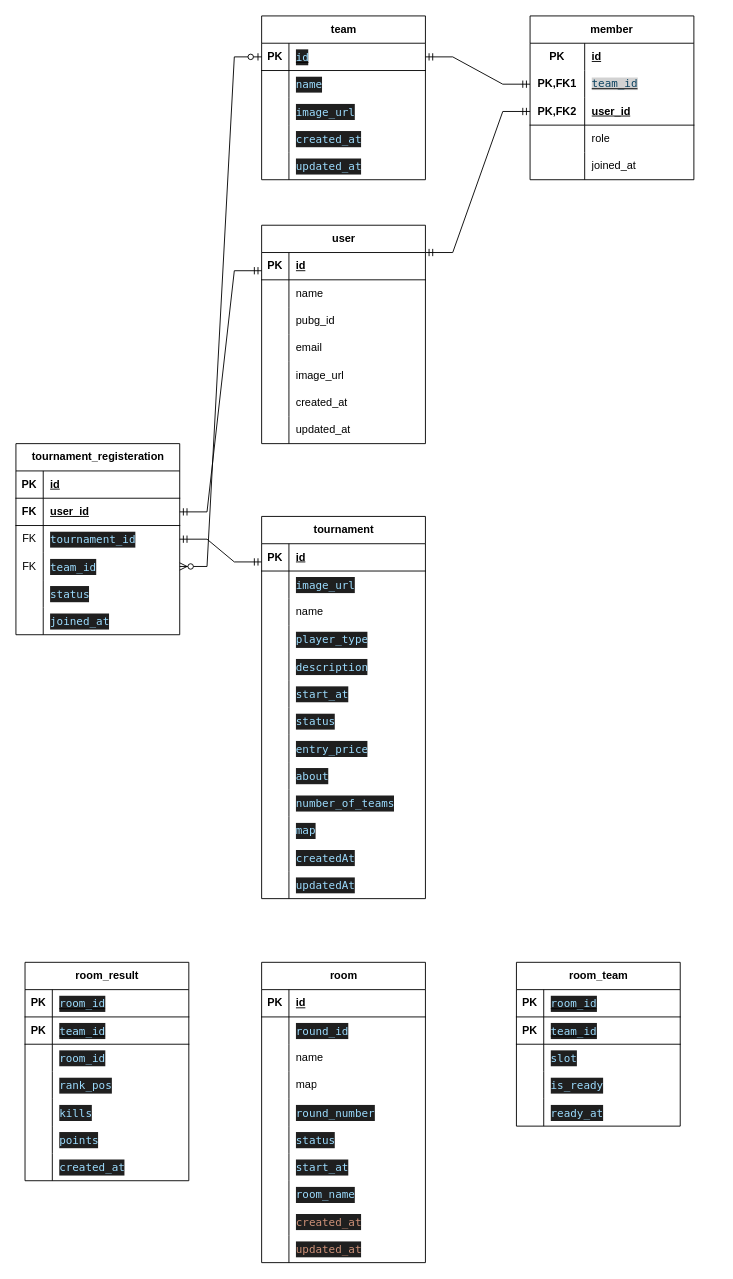
atif117/add_notes_app keeps this draw.io diagram as pubg_tournament_schema.drawio. Above is the earlier version. Source tidied: cells renumbered, new cells numbered last; positions are measured from the earlier drawing's top-left corner, leaving out a move shared by most shapes. Both pictures are drawn from the tidied source at 91%, with x=0, y=0 at pixel (15, 15).
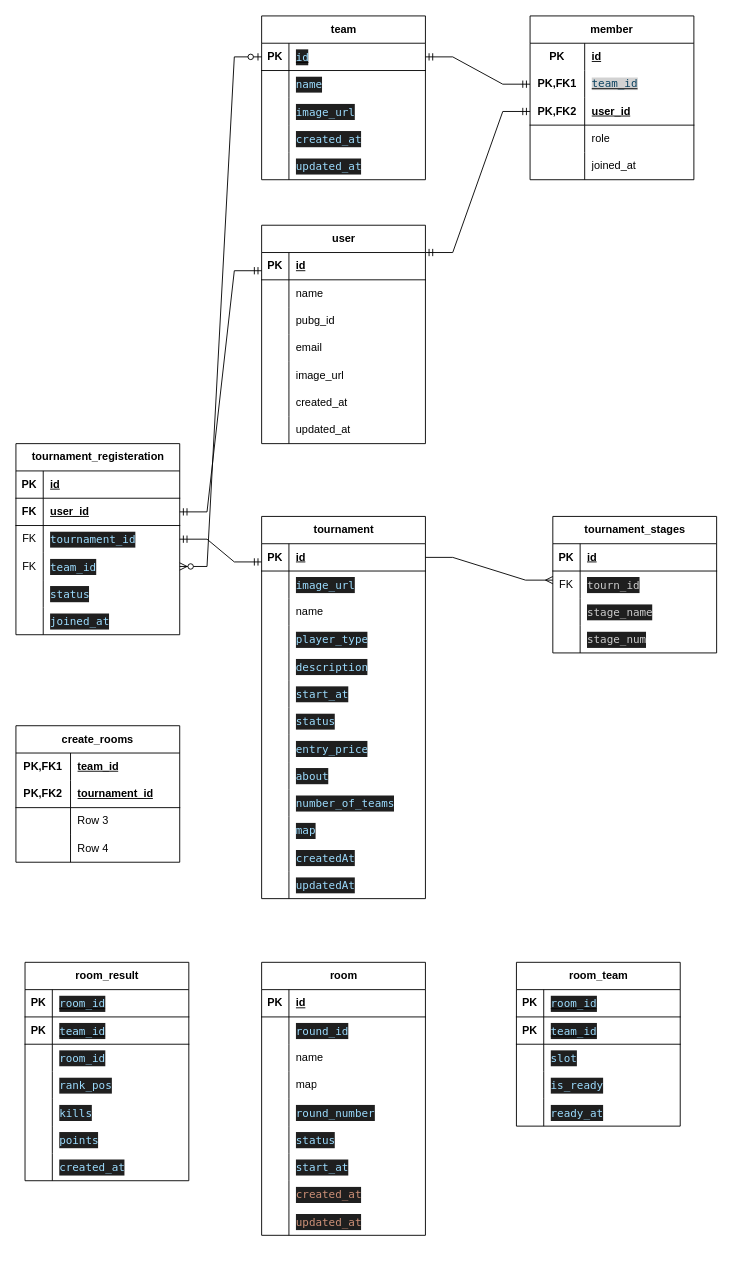
Above is the later version.

The change refers to these unchanged cells:
```xml
<mxCell id="41" style="shape=tableRow;horizontal=0;startSize=0;swimlaneHead=0;swimlaneBody=0;fillColor=none;points=[[0,0.5],[1,0.5]];portConstraint=eastwest;top=0;left=0;right=0;bottom=1;" parent="40" vertex="1">
  <mxGeometry y="30" width="180" height="30" as="geometry" />
</mxCell>
```

The edit, as a diff of the source:
```diff
@@
     <mxCell id="99" value="room" style="shape=table;startSize=30;childLayout=tableLayout;rowLines=0;fontStyle=1;align=center;html=1;" parent="1" vertex="1">
-      <mxGeometry x="270" y="1040" width="180" height="330" as="geometry" />
+      <mxGeometry x="270" y="1040" width="180" height="300" as="geometry" />
     </mxCell>
@@
-    <mxCell id="121" style="shape=tableRow;horizontal=0;startSize=0;swimlaneHead=0;swimlaneBody=0;fillColor=none;top=0;left=0;right=0;bottom=0;" parent="99" vertex="1">
-      <mxGeometry y="240" width="180" height="30" as="geometry" />
-    </mxCell>
-    <mxCell id="122" style="shape=partialRectangle;fillColor=none;top=0;left=0;bottom=0;right=0;overflow=hidden;whiteSpace=wrap;html=1;" parent="121" vertex="1">
-      <mxGeometry width="30" height="30" as="geometry" />
-    </mxCell>
-    <mxCell id="123" value="&lt;div style=&quot;color: rgb(204, 204, 204); background-color: rgb(31, 31, 31); font-family: Menlo, Monaco, &amp;quot;Courier New&amp;quot;, monospace; line-height: 18px; white-space: pre;&quot;&gt;&lt;div style=&quot;color: rgb(204, 204, 204); background-color: rgb(31, 31, 31); line-height: 18px;&quot;&gt;&lt;div style=&quot;color: rgb(204, 204, 204); background-color: rgb(31, 31, 31); line-height: 18px;&quot;&gt;&lt;div style=&quot;color: rgb(204, 204, 204); background-color: rgb(31, 31, 31); line-height: 18px;&quot;&gt;&lt;span style=&quot;color: rgb(156, 220, 254);&quot;&gt;room_name&lt;/span&gt;&lt;/div&gt;&lt;/div&gt;&lt;/div&gt;&lt;/div&gt;" style="shape=partialRectangle;fillColor=none;top=0;left=0;bottom=0;right=0;align=left;spacingLeft=6;overflow=hidden;whiteSpace=wrap;html=1;" parent="121" vertex="1">
-      <mxGeometry x="30" width="150" height="30" as="geometry" />
-    </mxCell>
     <mxCell id="124" style="shape=tableRow;horizontal=0;startSize=0;swimlaneHead=0;swimlaneBody=0;fillColor=none;top=0;left=0;right=0;bottom=0;" parent="99" vertex="1">
-      <mxGeometry y="270" width="180" height="30" as="geometry" />
+      <mxGeometry y="240" width="180" height="30" as="geometry" />
     </mxCell>
@@
     <mxCell id="127" style="shape=tableRow;horizontal=0;startSize=0;swimlaneHead=0;swimlaneBody=0;fillColor=none;top=0;left=0;right=0;bottom=0;" parent="99" vertex="1">
-      <mxGeometry y="300" width="180" height="30" as="geometry" />
+      <mxGeometry y="270" width="180" height="30" as="geometry" />
     </mxCell>
@@
+    <mxCell id="189" value="create_rooms" style="shape=table;startSize=30;childLayout=tableLayout;rowLines=0;fontStyle=1;align=center;html=1;whiteSpace=wrap;" parent="1" vertex="1">
+      <mxGeometry y="780" width="180" height="150" as="geometry" />
+    </mxCell>
+    <mxCell id="190" style="shape=tableRow;horizontal=0;startSize=0;swimlaneHead=0;swimlaneBody=0;fillColor=none;top=0;left=0;right=0;bottom=0;html=1;" parent="189" vertex="1">
+      <mxGeometry y="30" width="180" height="30" as="geometry" />
+    </mxCell>
+    <mxCell id="191" value="PK,FK1" style="shape=partialRectangle;fillColor=none;top=0;left=0;bottom=0;right=0;fontStyle=1;overflow=hidden;html=1;whiteSpace=wrap;" parent="190" vertex="1">
+      <mxGeometry width="60" height="30" as="geometry" />
+    </mxCell>
+    <mxCell id="192" value="team_id" style="shape=partialRectangle;fillColor=none;top=0;left=0;bottom=0;right=0;align=left;spacingLeft=6;fontStyle=5;overflow=hidden;html=1;whiteSpace=wrap;" parent="190" vertex="1">
+      <mxGeometry x="60" width="120" height="30" as="geometry" />
+    </mxCell>
+    <mxCell id="193" style="shape=tableRow;horizontal=0;startSize=0;swimlaneHead=0;swimlaneBody=0;fillColor=none;top=0;left=0;right=0;bottom=1;html=1;" parent="189" vertex="1">
+      <mxGeometry y="60" width="180" height="30" as="geometry" />
+    </mxCell>
+    <mxCell id="194" value="PK,FK2" style="shape=partialRectangle;fillColor=none;top=0;left=0;bottom=0;right=0;fontStyle=1;overflow=hidden;html=1;whiteSpace=wrap;" parent="193" vertex="1">
+      <mxGeometry width="60" height="30" as="geometry" />
+    </mxCell>
+    <mxCell id="195" value="tournament_id" style="shape=partialRectangle;fillColor=none;top=0;left=0;bottom=0;right=0;align=left;spacingLeft=6;fontStyle=5;overflow=hidden;html=1;whiteSpace=wrap;" parent="193" vertex="1">
+      <mxGeometry x="60" width="120" height="30" as="geometry" />
+    </mxCell>
+    <mxCell id="196" style="shape=tableRow;horizontal=0;startSize=0;swimlaneHead=0;swimlaneBody=0;fillColor=none;top=0;left=0;right=0;bottom=0;html=1;" parent="189" vertex="1">
+      <mxGeometry y="90" width="180" height="30" as="geometry" />
+    </mxCell>
+    <mxCell id="197" style="shape=partialRectangle;fillColor=none;top=0;left=0;bottom=0;right=0;overflow=hidden;html=1;whiteSpace=wrap;" parent="196" vertex="1">
+      <mxGeometry width="60" height="30" as="geometry" />
+    </mxCell>
+    <mxCell id="198" value="Row 3" style="shape=partialRectangle;fillColor=none;top=0;left=0;bottom=0;right=0;align=left;spacingLeft=6;overflow=hidden;html=1;whiteSpace=wrap;" parent="196" vertex="1">
+      <mxGeometry x="60" width="120" height="30" as="geometry" />
+    </mxCell>
+    <mxCell id="199" style="shape=tableRow;horizontal=0;startSize=0;swimlaneHead=0;swimlaneBody=0;fillColor=none;top=0;left=0;right=0;bottom=0;html=1;" parent="189" vertex="1">
+      <mxGeometry y="120" width="180" height="30" as="geometry" />
+    </mxCell>
+    <mxCell id="200" style="shape=partialRectangle;fillColor=none;top=0;left=0;bottom=0;right=0;overflow=hidden;html=1;whiteSpace=wrap;" parent="199" vertex="1">
+      <mxGeometry width="60" height="30" as="geometry" />
+    </mxCell>
+    <mxCell id="201" value="Row 4" style="shape=partialRectangle;fillColor=none;top=0;left=0;bottom=0;right=0;align=left;spacingLeft=6;overflow=hidden;html=1;whiteSpace=wrap;" parent="199" vertex="1">
+      <mxGeometry x="60" width="120" height="30" as="geometry" />
+    </mxCell>
+    <mxCell id="202" value="tournament_stages" style="shape=table;startSize=30;childLayout=tableLayout;rowLines=0;fontStyle=1;align=center;html=1;" parent="1" vertex="1">
+      <mxGeometry x="590" y="550" width="180" height="150" as="geometry" />
+    </mxCell>
+    <mxCell id="203" style="shape=tableRow;horizontal=0;startSize=0;swimlaneHead=0;swimlaneBody=0;fillColor=none;top=0;left=0;right=0;bottom=1;" parent="202" vertex="1">
+      <mxGeometry y="30" width="180" height="30" as="geometry" />
+    </mxCell>
+    <mxCell id="204" value="PK" style="shape=partialRectangle;fillColor=none;top=0;left=0;bottom=0;right=0;fontStyle=1;overflow=hidden;whiteSpace=wrap;html=1;" parent="203" vertex="1">
+      <mxGeometry width="30" height="30" as="geometry" />
+    </mxCell>
+    <mxCell id="205" value="id" style="shape=partialRectangle;fillColor=none;top=0;left=0;bottom=0;right=0;align=left;spacingLeft=6;fontStyle=5;overflow=hidden;whiteSpace=wrap;html=1;" parent="203" vertex="1">
+      <mxGeometry x="30" width="150" height="30" as="geometry" />
+    </mxCell>
+    <mxCell id="206" style="shape=tableRow;horizontal=0;startSize=0;swimlaneHead=0;swimlaneBody=0;fillColor=none;top=0;left=0;right=0;bottom=0;" parent="202" vertex="1">
+      <mxGeometry y="60" width="180" height="30" as="geometry" />
+    </mxCell>
+    <mxCell id="207" value="FK" style="shape=partialRectangle;fillColor=none;top=0;left=0;bottom=0;right=0;overflow=hidden;whiteSpace=wrap;html=1;" parent="206" vertex="1">
+      <mxGeometry width="30" height="30" as="geometry" />
+    </mxCell>
+    <mxCell id="208" value="&lt;div style=&quot;color: rgb(204, 204, 204); background-color: rgb(31, 31, 31); font-family: Menlo, Monaco, &amp;quot;Courier New&amp;quot;, monospace; line-height: 18px; white-space: pre;&quot;&gt;tourn_id&lt;/div&gt;" style="shape=partialRectangle;fillColor=none;top=0;left=0;bottom=0;right=0;align=left;spacingLeft=6;overflow=hidden;whiteSpace=wrap;html=1;" parent="206" vertex="1">
+      <mxGeometry x="30" width="150" height="30" as="geometry" />
+    </mxCell>
+    <mxCell id="209" style="shape=tableRow;horizontal=0;startSize=0;swimlaneHead=0;swimlaneBody=0;fillColor=none;top=0;left=0;right=0;bottom=0;" parent="202" vertex="1">
+      <mxGeometry y="90" width="180" height="30" as="geometry" />
+    </mxCell>
+    <mxCell id="210" style="shape=partialRectangle;fillColor=none;top=0;left=0;bottom=0;right=0;overflow=hidden;whiteSpace=wrap;html=1;" parent="209" vertex="1">
+      <mxGeometry width="30" height="30" as="geometry" />
+    </mxCell>
+    <mxCell id="211" value="&lt;div style=&quot;color: rgb(204, 204, 204); background-color: rgb(31, 31, 31); font-family: Menlo, Monaco, &amp;quot;Courier New&amp;quot;, monospace; line-height: 18px; white-space: pre;&quot;&gt;stage_name&lt;/div&gt;" style="shape=partialRectangle;fillColor=none;top=0;left=0;bottom=0;right=0;align=left;spacingLeft=6;overflow=hidden;whiteSpace=wrap;html=1;" parent="209" vertex="1">
+      <mxGeometry x="30" width="150" height="30" as="geometry" />
+    </mxCell>
+    <mxCell id="212" style="shape=tableRow;horizontal=0;startSize=0;swimlaneHead=0;swimlaneBody=0;fillColor=none;top=0;left=0;right=0;bottom=0;" parent="202" vertex="1">
+      <mxGeometry y="120" width="180" height="30" as="geometry" />
+    </mxCell>
+    <mxCell id="213" style="shape=partialRectangle;fillColor=none;top=0;left=0;bottom=0;right=0;overflow=hidden;whiteSpace=wrap;html=1;" parent="212" vertex="1">
+      <mxGeometry width="30" height="30" as="geometry" />
+    </mxCell>
+    <mxCell id="214" value="&lt;div style=&quot;color: rgb(204, 204, 204); background-color: rgb(31, 31, 31); font-family: Menlo, Monaco, &amp;quot;Courier New&amp;quot;, monospace; line-height: 18px; white-space: pre;&quot;&gt;stage_num&lt;/div&gt;" style="shape=partialRectangle;fillColor=none;top=0;left=0;bottom=0;right=0;align=left;spacingLeft=6;overflow=hidden;whiteSpace=wrap;html=1;" parent="212" vertex="1">
+      <mxGeometry x="30" width="150" height="30" as="geometry" />
+    </mxCell>
+    <mxCell id="215" style="edgeStyle=entityRelationEdgeStyle;fontSize=12;html=1;endArrow=ERmany;rounded=0;exitX=1;exitY=0.5;exitDx=0;exitDy=0;" parent="1" edge="1" source="41">
+      <mxGeometry relative="1" as="geometry">
+        <mxPoint x="590" y="620" as="targetPoint" />
+      </mxGeometry>
+    </mxCell>
```
